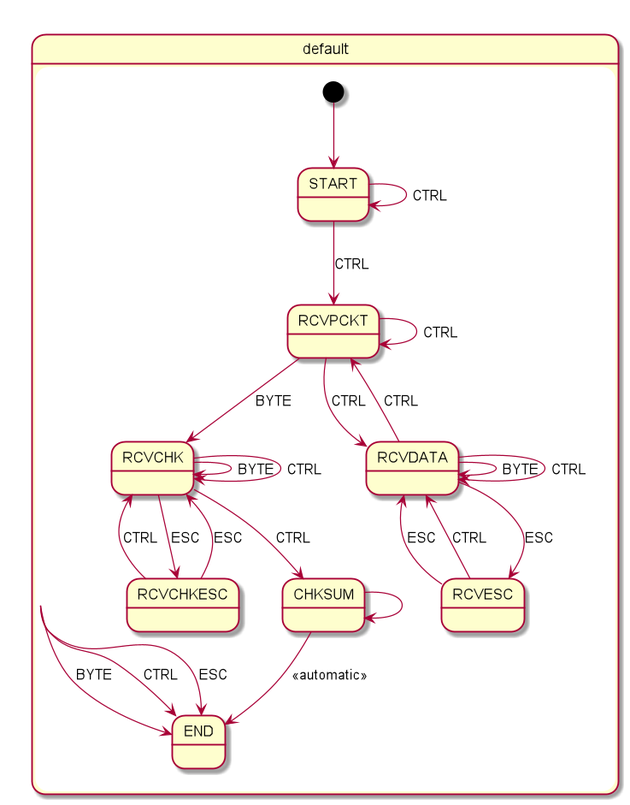
Before: packet_reader.png, a diagram exported from PlantUML (open-jumpco/kfsm-viz).
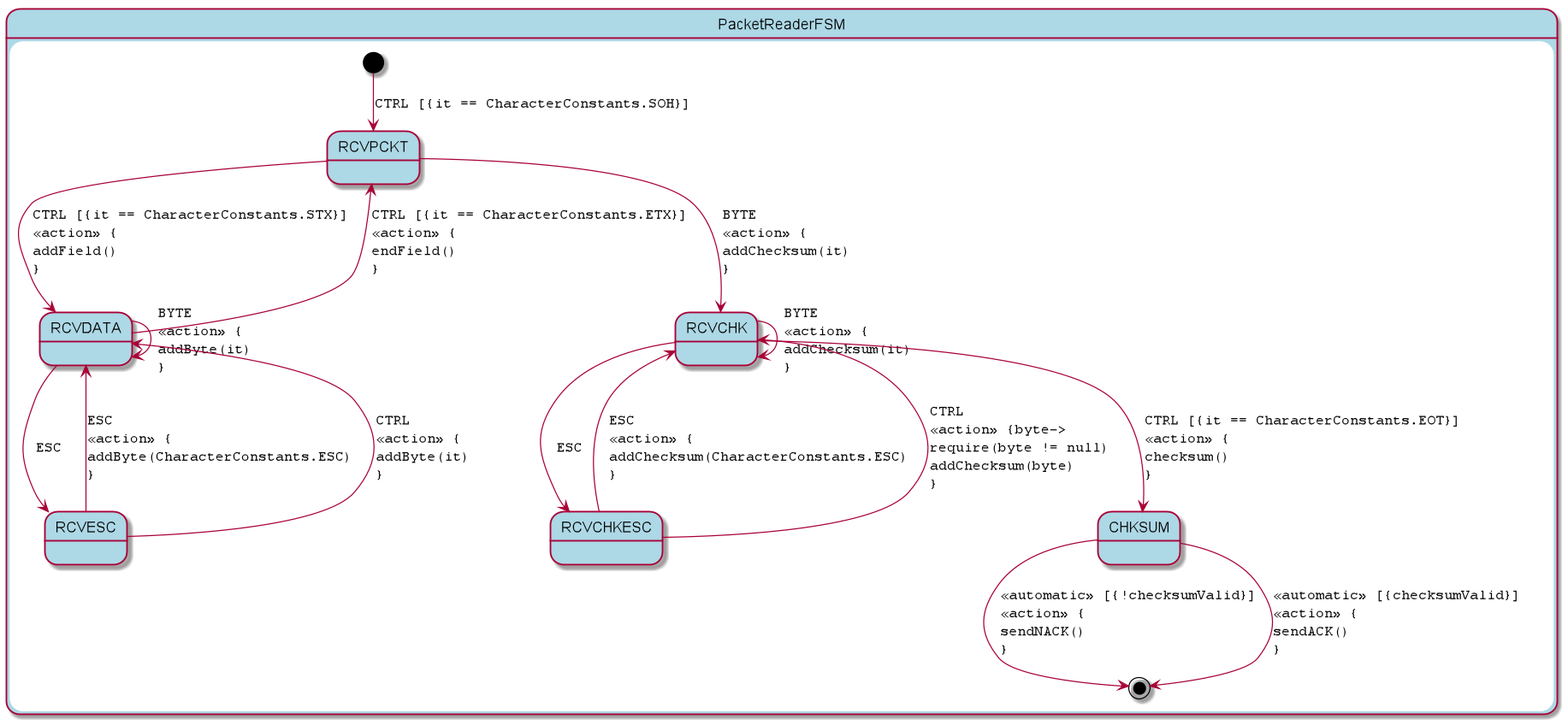
Above is the later version.

Change to the diagram source:
```diff
@@ -1,27 +1,24 @@
 @startuml
-state default {
-  [*] --> START
-  START --> START : CTRL
-  RCVPCKT --> RCVPCKT : CTRL
-  RCVPCKT --> RCVCHK : BYTE
-  RCVDATA --> RCVDATA : BYTE
-  RCVDATA --> RCVDATA : CTRL
-  RCVDATA --> RCVESC : ESC
-  RCVESC --> RCVDATA : ESC
-  RCVESC --> RCVDATA : CTRL
-  RCVCHK --> RCVCHK : BYTE
-  RCVCHK --> RCVCHKESC : ESC
-  RCVCHK --> RCVCHK : CTRL
-  RCVCHKESC --> RCVCHK : ESC
-  RCVCHKESC --> RCVCHK : CTRL
-  START --> RCVPCKT : CTRL
-  RCVPCKT --> RCVDATA : CTRL
-  RCVDATA --> RCVPCKT : CTRL
-  RCVCHK --> CHKSUM : CTRL
-  default --> END : BYTE
-  default --> END : CTRL
-  default --> END : ESC
-  CHKSUM --> CHKSUM
-  CHKSUM --> END : <<automatic>>
+skinparam StateFontName Helvetica
+skinparam defaultFontName Monospaced
+skinparam state {
+    BackgroundColor LightBlue
+}
+state PacketReaderFSM {
+[*] --> RCVPCKT : CTRL [{it == CharacterConstants.SOH}]
+RCVPCKT --> RCVDATA : CTRL [{it == CharacterConstants.STX}]\l<<action>> {\laddField()\l}
+RCVPCKT --> RCVCHK : BYTE\l<<action>> {\laddChecksum(it)\l}
+RCVDATA --> RCVDATA : BYTE\l<<action>> {\laddByte(it)\l}
+RCVDATA --> RCVPCKT : CTRL [{it == CharacterConstants.ETX}]\l<<action>> {\lendField()\l}
+RCVDATA --> RCVESC : ESC
+RCVESC --> RCVDATA : ESC\l<<action>> {\laddByte(CharacterConstants.ESC)\l}
+RCVESC --> RCVDATA : CTRL\l<<action>> {\laddByte(it)\l}
+RCVCHK --> RCVCHK : BYTE\l<<action>> {\laddChecksum(it)\l}
+RCVCHK --> RCVCHKESC : ESC
+RCVCHK --> CHKSUM : CTRL [{it == CharacterConstants.EOT}]\l<<action>> {\lchecksum()\l}
+CHKSUM --> [*] : <<automatic>> [{!checksumValid}]\l<<action>> {\lsendNACK()\l}
+CHKSUM --> [*] : <<automatic>> [{checksumValid}]\l<<action>> {\lsendACK()\l}
+RCVCHKESC --> RCVCHK : ESC\l<<action>> {\laddChecksum(CharacterConstants.ESC)\l}
+RCVCHKESC --> RCVCHK : CTRL\l<<action>> {byte->\lrequire(byte != null)\laddChecksum(byte)\l}
 }
 @enduml
```
